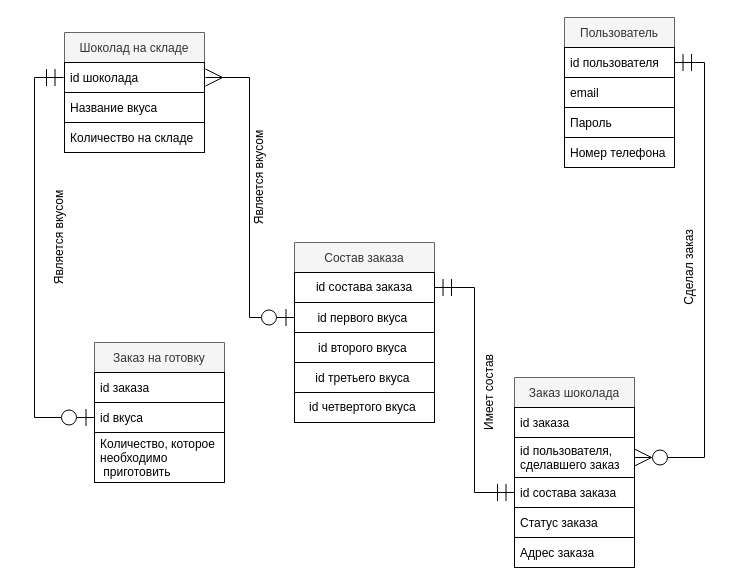
frobbery/chocolate-shop keeps this draw.io diagram as resource-images/er-diagram.drawio. Above is the earlier version. Source tidied: cells renumbered, new cells numbered last; positions are measured from the earlier drawing's top-left corner, leaving out a move shared by most shapes. Both pictures are drawn from the tidied source at 100%, with x=0, y=0 at pixel (4, 17).
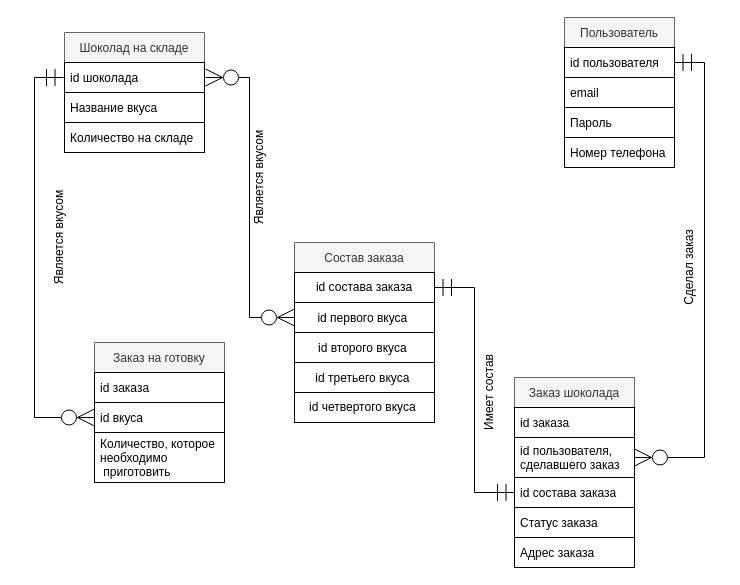
The same page after the edit.

Unchanged cells that the change refers to:
```xml
<mxCell id="3" value="id шоколада" style="text;strokeColor=default;fillColor=none;align=left;verticalAlign=middle;spacingLeft=4;spacingRight=4;overflow=hidden;points=[[0,0.5],[1,0.5]];portConstraint=eastwest;perimeterSpacing=1;" parent="2" vertex="1">
  <mxGeometry y="30" width="140" height="30" as="geometry" />
</mxCell>
<mxCell id="8" value="id вкуса" style="text;strokeColor=default;fillColor=none;align=left;verticalAlign=middle;spacingLeft=4;spacingRight=4;overflow=hidden;points=[[0,0.5],[1,0.5]];portConstraint=eastwest;" parent="6" vertex="1">
  <mxGeometry y="60" width="130" height="30" as="geometry" />
</mxCell>
<mxCell id="21" value="id первого вкуса " style="text;strokeColor=default;fillColor=none;align=center;verticalAlign=middle;spacingLeft=4;spacingRight=4;overflow=hidden;points=[[0,0.5],[1,0.5]];portConstraint=eastwest;labelBackgroundColor=none;" parent="19" vertex="1">
  <mxGeometry y="60" width="140" height="30" as="geometry" />
</mxCell>
```

What changed in the source:
```diff
@@
-    <mxCell id="17" style="edgeStyle=orthogonalEdgeStyle;rounded=0;jettySize=auto;html=1;entryX=0;entryY=0.5;entryDx=0;entryDy=0;endArrow=ERmandOne;endFill=0;startArrow=ERzeroToOne;startFill=0;targetPerimeterSpacing=0;endSize=15;startSize=15;jumpSize=0;" parent="1" edge="1" source="8" target="3">
+    <mxCell id="17" style="edgeStyle=orthogonalEdgeStyle;rounded=0;jettySize=auto;html=1;entryX=0;entryY=0.5;entryDx=0;entryDy=0;endArrow=ERmandOne;endFill=0;startArrow=ERzeroToMany;startFill=0;targetPerimeterSpacing=0;endSize=15;startSize=15;jumpSize=0;" parent="1" edge="1" source="8" target="3">
       <mxGeometry relative="1" as="geometry" />
     </mxCell>
@@
-    <mxCell id="35" style="edgeStyle=orthogonalEdgeStyle;rounded=0;sketch=0;jumpStyle=line;jumpSize=0;jettySize=auto;html=1;entryX=0;entryY=0.5;entryDx=0;entryDy=0;shadow=0;startArrow=ERmany;startFill=0;endArrow=ERzeroToOne;endFill=0;startSize=15;endSize=15;targetPerimeterSpacing=0;" parent="1" edge="1" source="3" target="21">
+    <mxCell id="35" style="edgeStyle=orthogonalEdgeStyle;rounded=0;sketch=0;jumpStyle=line;jumpSize=0;jettySize=auto;html=1;entryX=0;entryY=0.5;entryDx=0;entryDy=0;shadow=0;startArrow=ERzeroToMany;startFill=0;endArrow=ERzeroToMany;endFill=0;startSize=15;endSize=15;targetPerimeterSpacing=0;" parent="1" edge="1" source="3" target="21">
       <mxGeometry relative="1" as="geometry" />
     </mxCell>
```
